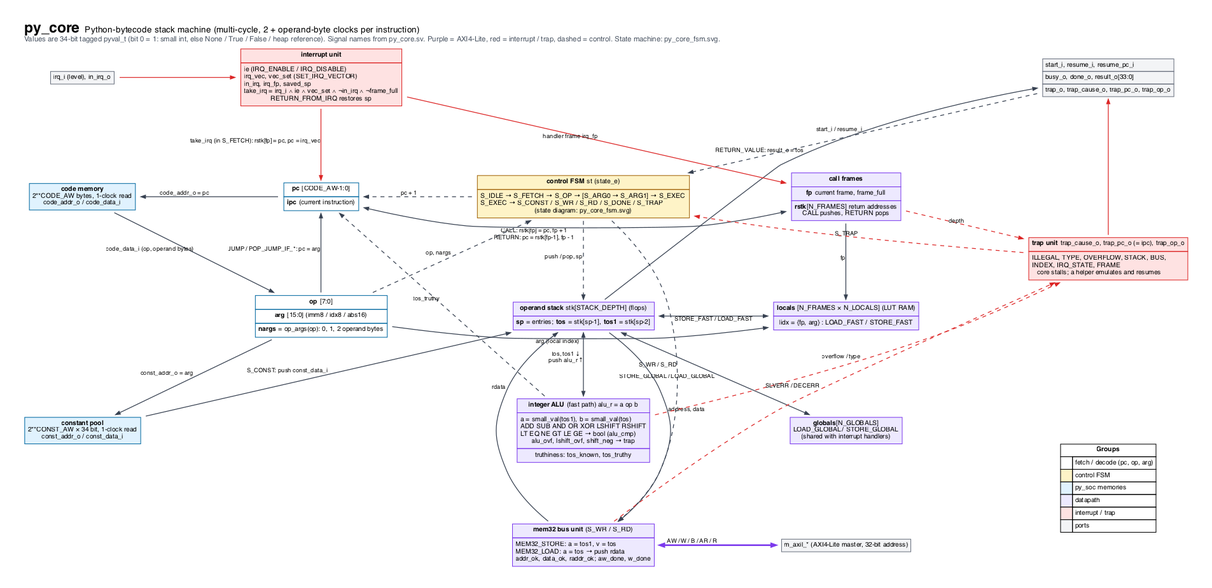
pbarcelona-ai/digital_ip keeps this Graphviz diagram as ip/cpu/py_core/docs/py_core_block_diagram.png. Above is the earlier version. Its source is kept beside it as ip/cpu/py_core/docs/py_core_block_diagram.dot.
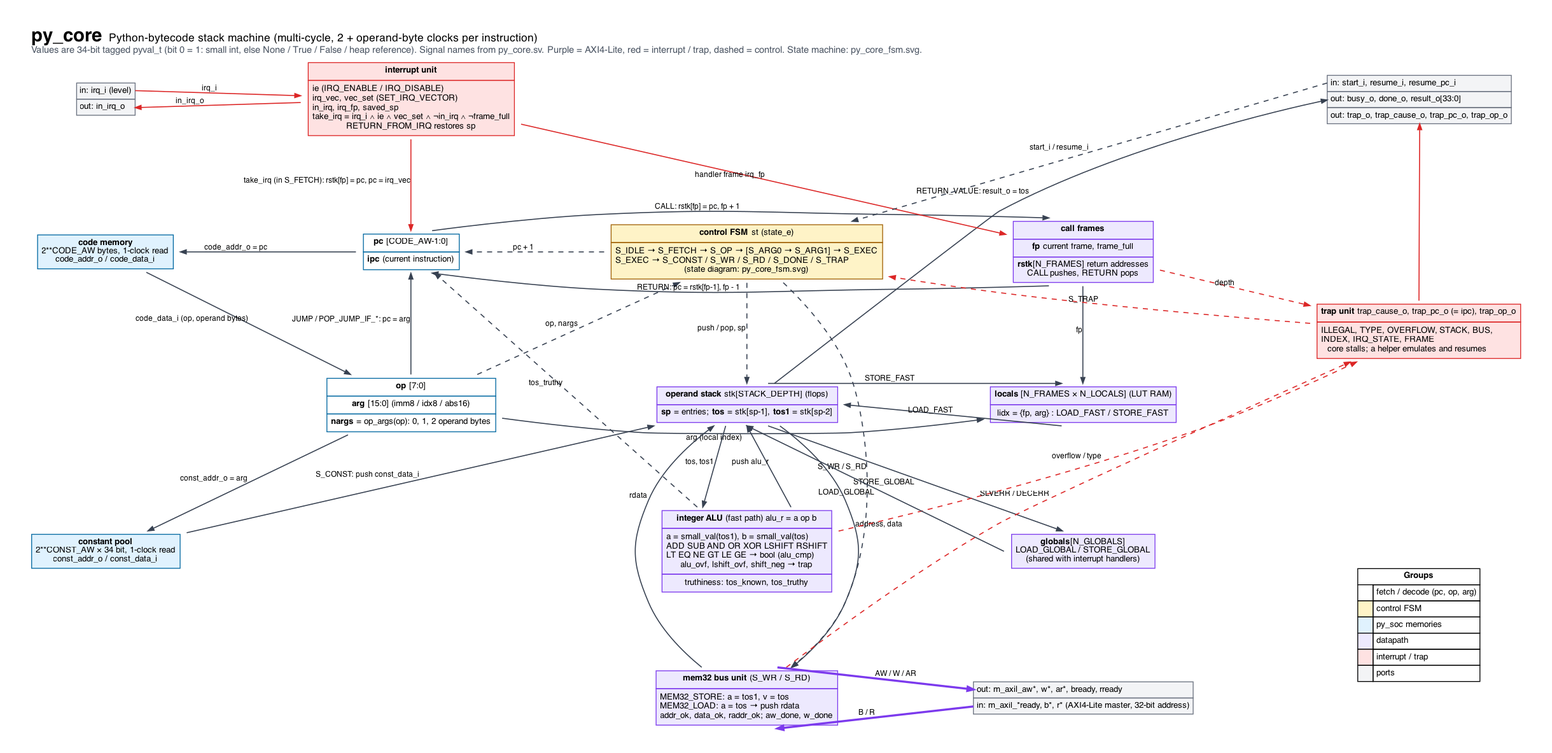
Above is the later version.

Change to the diagram source:
```diff
@@ -39,11 +39,11 @@
       <TR><TD><B>trap unit</B> trap_cause_o, trap_pc_o (= ipc), trap_op_o</TD></TR>
       <TR><TD ALIGN="LEFT">ILLEGAL, TYPE, OVERFLOW, STACK, BUS,<BR ALIGN="LEFT"/>INDEX, IRQ_STATE, FRAME<BR ALIGN="LEFT"/>core stalls; a helper emulates and resumes</TD></TR></TABLE>>, pos="21.5,6!"];
   p_ctl [label=<<TABLE BORDER="0" CELLBORDER="1" CELLSPACING="0" CELLPADDING="3" BGCOLOR="#f3f4f6" COLOR="#6b7280">
-      <TR><TD ALIGN="LEFT">start_i, resume_i, resume_pc_i</TD></TR>
-      <TR><TD ALIGN="LEFT">busy_o, done_o, result_o[33:0]</TD></TR>
-      <TR><TD ALIGN="LEFT">trap_o, trap_cause_o, trap_pc_o, trap_op_o</TD></TR></TABLE>>, pos="21.5,9.8!"];
-  p_irq [label=<<TABLE BORDER="0" CELLBORDER="1" CELLSPACING="0" CELLPADDING="3" BGCOLOR="#f3f4f6" COLOR="#6b7280"><TR><TD>irq_i (level), in_irq_o</TD></TR></TABLE>>, pos="0,9.8!"];
-  p_axi [label=<<TABLE BORDER="0" CELLBORDER="1" CELLSPACING="0" CELLPADDING="3" BGCOLOR="#f3f4f6" COLOR="#6b7280"><TR><TD>m_axil_* (AXI4-Lite master, 32-bit address)</TD></TR></TABLE>>, pos="16,0!"];
+      <TR><TD PORT="run" ALIGN="LEFT">in: start_i, resume_i, resume_pc_i</TD></TR>
+      <TR><TD PORT="res" ALIGN="LEFT">out: busy_o, done_o, result_o[33:0]</TD></TR>
+      <TR><TD PORT="trap" ALIGN="LEFT">out: trap_o, trap_cause_o, trap_pc_o, trap_op_o</TD></TR></TABLE>>, pos="21.5,9.8!"];
+  p_irq [label=<<TABLE BORDER="0" CELLBORDER="1" CELLSPACING="0" CELLPADDING="3" BGCOLOR="#f3f4f6" COLOR="#6b7280"><TR><TD PORT="i" ALIGN="LEFT">in: irq_i (level)</TD></TR><TR><TD PORT="o" ALIGN="LEFT">out: in_irq_o</TD></TR></TABLE>>, pos="0,9.8!"];
+  p_axi [label=<<TABLE BORDER="0" CELLBORDER="1" CELLSPACING="0" CELLPADDING="3" BGCOLOR="#f3f4f6" COLOR="#6b7280"><TR><TD PORT="o" ALIGN="LEFT">out: m_axil_aw*, w*, ar*, bready, rready</TD></TR><TR><TD PORT="i" ALIGN="LEFT">in: m_axil_*ready, b*, r* (AXI4-Lite master, 32-bit address)</TD></TR></TABLE>>, pos="16,0!"];
   legend [label=<<TABLE BORDER="0" CELLBORDER="1" CELLSPACING="0" CELLPADDING="3"><TR><TD COLSPAN="2"><B>Groups</B></TD></TR><TR><TD BGCOLOR="#ffffff" WIDTH="18"> </TD><TD ALIGN="LEFT">fetch / decode (pc, op, arg)</TD></TR><TR><TD BGCOLOR="#fef3c7"> </TD><TD ALIGN="LEFT">control FSM</TD></TR><TR><TD BGCOLOR="#e0f2fe"> </TD><TD ALIGN="LEFT">py_soc memories</TD></TR><TR><TD BGCOLOR="#ede9fe"> </TD><TD ALIGN="LEFT">datapath</TD></TR><TR><TD BGCOLOR="#fee2e2"> </TD><TD ALIGN="LEFT">interrupt / trap</TD></TR><TR><TD BGCOLOR="#f3f4f6"> </TD><TD ALIGN="LEFT">ports</TD></TR></TABLE>>, pos="21.5,1.2!"];
   codemem -> dec [label="code_data_i (op, operand bytes)"];
   pc -> codemem [label="code_addr_o = pc"];
@@ -53,25 +53,31 @@
   ctl -> stack [style=dashed, label="push / pop, sp"];
   ctl -> pc [style=dashed, label="pc + 1"];
   ctl -> bus [style=dashed, label="S_WR / S_RD"];
-  stack -> locals [dir=both, label="STORE_FAST / LOAD_FAST"];
-  stack -> globals [dir=both, label="STORE_GLOBAL / LOAD_GLOBAL"];
+  stack:ne -> locals:nw [label="STORE_FAST"];
+  locals:sw -> stack:e [label="LOAD_FAST"];
+  stack:se -> globals:nw [label="STORE_GLOBAL"];
+  globals:w -> stack:s [label="LOAD_GLOBAL"];
   dec -> locals [label="arg (local index)"];
   frames -> locals [label="fp"];
   dec -> pc [label="JUMP / POP_JUMP_IF_*: pc = arg"];
   alu -> pc [label="tos_truthy", style=dashed];
   stack -> bus [label="address, data"];
   bus -> stack [label="rdata"];
-  bus -> p_axi [color="#7c3aed", penwidth=2.5, dir=both, label="AW / W / B / AR / R"];
-  p_irq -> irq [color="#dc2626"];
+  bus:ne -> p_axi:o:w [color="#7c3aed", penwidth=2.5, label="AW / W / AR"];
+  p_axi:i:w -> bus:se [color="#7c3aed", penwidth=2.5, label="B / R"];
+  p_irq:i:e -> irq [color="#dc2626", label="irq_i"];
+  irq -> p_irq:o:e [color="#dc2626", label="in_irq_o"];
   irq -> pc [color="#dc2626", label="take_irq (in S_FETCH): rstk[fp] = pc, pc = irq_vec"];
   irq -> frames [color="#dc2626", label="handler frame irq_fp"];
   alu -> trap [color="#dc2626", style=dashed, label="overflow / type"];
   bus -> trap [color="#dc2626", style=dashed, label="SLVERR / DECERR"];
   frames -> trap [color="#dc2626", style=dashed, label="depth"];
-  trap -> p_ctl [color="#dc2626"];
-  stack -> p_ctl [label="RETURN_VALUE: result_o = tos"];
-  p_ctl -> ctl [style=dashed, label="start_i / resume_i"];
+  trap -> p_ctl:trap [color="#dc2626"];
+  stack -> p_ctl:res [label="RETURN_VALUE: result_o = tos"];
+  p_ctl:run -> ctl [style=dashed, label="start_i / resume_i"];
   trap -> ctl [color="#dc2626", style=dashed, label="S_TRAP"];
-  frames -> pc [dir=both, label="CALL: rstk[fp] = pc, fp + 1\nRETURN: pc = rstk[fp-1], fp - 1"];
-  stack -> alu [dir=both, label="tos, tos1 ↓\npush alu_r ↑"];
+  frames:sw -> pc:se [label="RETURN: pc = rstk[fp-1], fp - 1"];
+  pc:ne -> frames:nw [label="CALL: rstk[fp] = pc, fp + 1"];
+  stack:sw -> alu:nw [label="tos, tos1"];
+  alu:ne -> stack:s [label="push alu_r"];
 }
```
